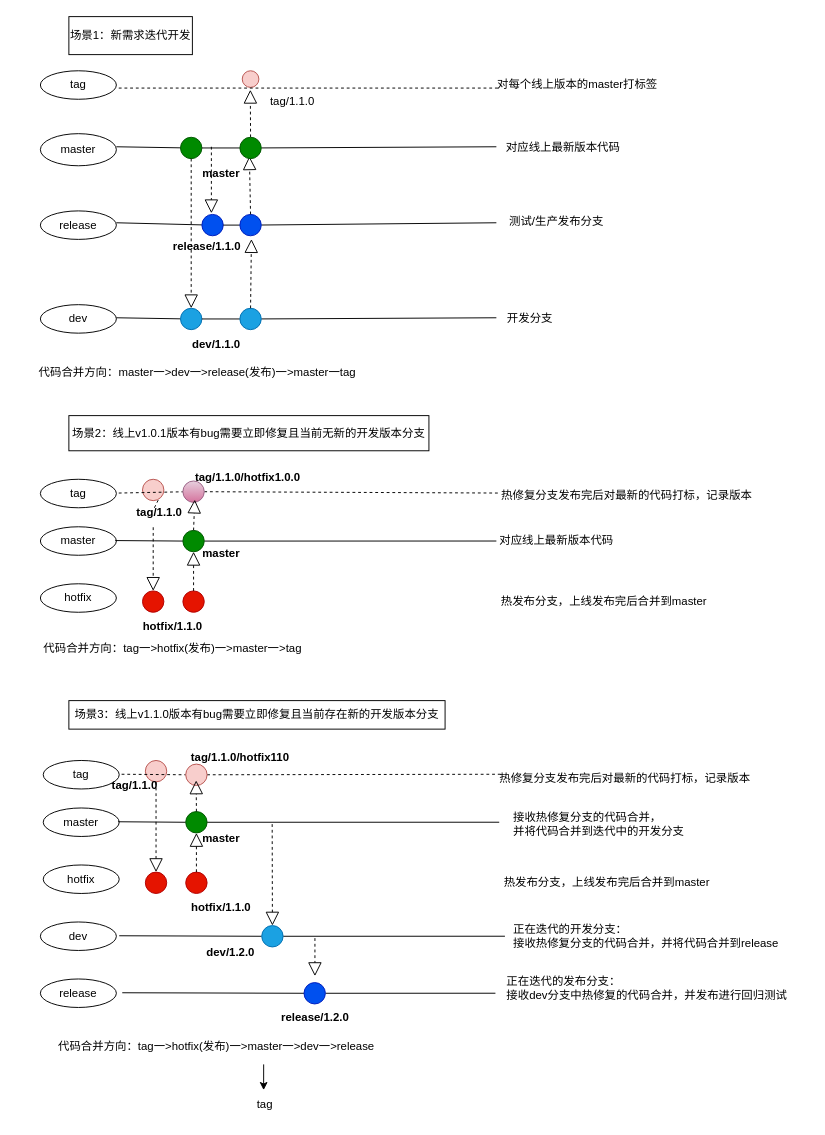
Above: 分支管理图谱/git代码分支管理方案图谱.drawio in fenghao13/drawFile (draw.io), before the change. Source tidied: cells renumbered, new cells numbered last; positions are measured from the earlier drawing's top-left corner, leaving out a move shared by most shapes. Both pictures are drawn from the tidied source at 95%, with x=0, y=0 at pixel (26, 16).
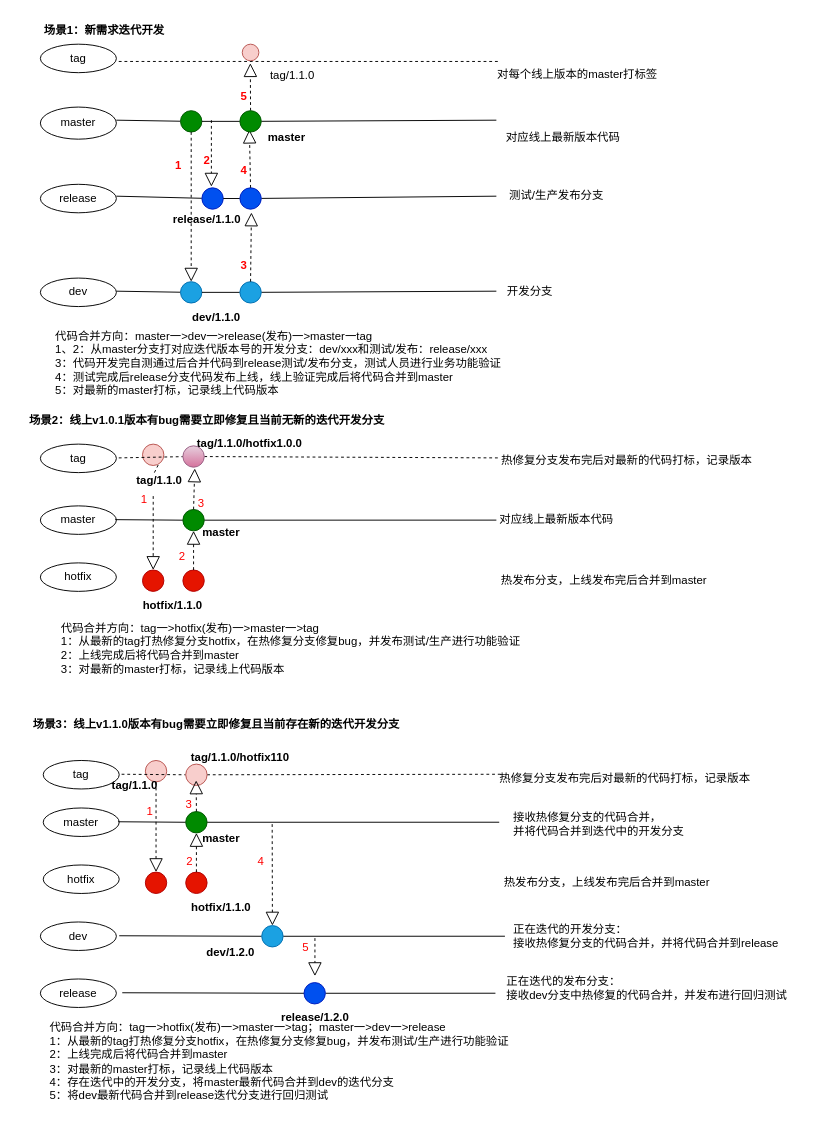
The same page after the edit.

Commit message:
更新git代码分支管理方案图谱.drawio

Change to the diagram source:
```diff
@@
     <mxCell id="2" value="master" style="ellipse;whiteSpace=wrap;html=1;" parent="1" vertex="1">
-      <mxGeometry x="15" y="123.2" width="80" height="33.8" as="geometry" />
+      <mxGeometry x="15" y="95.2" width="80" height="33.8" as="geometry" />
     </mxCell>
     <mxCell id="3" value="tag" style="ellipse;whiteSpace=wrap;html=1;" parent="1" vertex="1">
-      <mxGeometry x="15" y="57" width="80" height="30" as="geometry" />
+      <mxGeometry x="15" y="29" width="80" height="30" as="geometry" />
     </mxCell>
     <mxCell id="4" value="release" style="ellipse;whiteSpace=wrap;html=1;" parent="1" vertex="1">
-      <mxGeometry x="15" y="204.5" width="80" height="30" as="geometry" />
+      <mxGeometry x="15" y="176.5" width="80" height="30" as="geometry" />
     </mxCell>
     <mxCell id="5" style="endArrow=none;html=1;rounded=0;startArrow=none;" parent="1" edge="1" source="32">
       <mxGeometry relative="1" as="geometry">
-        <mxPoint x="495" y="217" as="targetPoint" />
+        <mxPoint x="495" y="189" as="targetPoint" />
       </mxGeometry>
     </mxCell>
     <mxCell id="6" style="endArrow=none;html=1;rounded=0;startArrow=none;" parent="1" edge="1" source="36">
       <mxGeometry relative="1" as="geometry">
-        <mxPoint x="495" y="137" as="targetPoint" />
+        <mxPoint x="495" y="109" as="targetPoint" />
       </mxGeometry>
     </mxCell>
     <mxCell id="7" style="ellipse;whiteSpace=wrap;html=1;fillColor=#e51400;strokeColor=#B20000;fontColor=#ffffff;" parent="1" vertex="1">
-      <mxGeometry x="122.5" y="604.5" width="22.5" height="22.5" as="geometry" />
+      <mxGeometry x="122.5" y="582.5" width="22.5" height="22.5" as="geometry" />
     </mxCell>
     <mxCell id="8" style="ellipse;whiteSpace=wrap;html=1;fillColor=#f8cecc;strokeColor=#b85450;" parent="1" vertex="1">
-      <mxGeometry x="122.5" y="487" width="22.5" height="22.5" as="geometry" />
+      <mxGeometry x="122.5" y="450" width="22.5" height="22.5" as="geometry" />
     </mxCell>
     <mxCell id="9" style="ellipse;whiteSpace=wrap;html=1;fillColor=#f8cecc;strokeColor=#b85450;" parent="1" vertex="1">
-      <mxGeometry x="227.5" y="57" width="17.5" height="17.5" as="geometry" />
+      <mxGeometry x="227.5" y="29" width="17.5" height="17.5" as="geometry" />
     </mxCell>
     <mxCell id="10" style="endArrow=none;html=1;rounded=0;" parent="1" edge="1" target="11">
       <mxGeometry relative="1" as="geometry">
-        <mxPoint x="95" y="137" as="sourcePoint" />
+        <mxPoint x="95" y="109" as="sourcePoint" />
       </mxGeometry>
     </mxCell>
     <mxCell id="11" style="ellipse;whiteSpace=wrap;html=1;fillColor=#008a00;strokeColor=#005700;fontColor=#ffffff;" parent="1" vertex="1">
-      <mxGeometry x="162.5" y="127" width="22.5" height="22.5" as="geometry" />
+      <mxGeometry x="162.5" y="99" width="22.5" height="22.5" as="geometry" />
     </mxCell>
     <mxCell id="12" value="dev" style="ellipse;whiteSpace=wrap;html=1;" parent="1" vertex="1">
-      <mxGeometry x="15" y="303.2" width="80" height="30" as="geometry" />
+      <mxGeometry x="15" y="275.2" width="80" height="30" as="geometry" />
     </mxCell>
     <mxCell id="13" style="endArrow=none;html=1;rounded=0;startArrow=none;" parent="1" edge="1" source="21">
       <mxGeometry relative="1" as="geometry">
-        <mxPoint x="495" y="317" as="targetPoint" />
+        <mxPoint x="495" y="289" as="targetPoint" />
       </mxGeometry>
     </mxCell>
-    <mxCell id="14" value="场景1：新需求迭代开发" style="rounded=0;whiteSpace=wrap;html=1;" parent="1" vertex="1">
-      <mxGeometry x="45" width="130" height="40" as="geometry" />
-    </mxCell>
     <mxCell id="15" style="endArrow=none;html=1;rounded=0;" parent="1" edge="1" target="16">
       <mxGeometry relative="1" as="geometry">
-        <mxPoint x="95" y="317" as="sourcePoint" />
+        <mxPoint x="95" y="289" as="sourcePoint" />
       </mxGeometry>
     </mxCell>
     <mxCell id="16" style="ellipse;whiteSpace=wrap;html=1;fillColor=#1ba1e2;strokeColor=#006EAF;fontColor=#ffffff;" parent="1" vertex="1">
-      <mxGeometry x="162.5" y="307" width="22.5" height="22.5" as="geometry" />
+      <mxGeometry x="162.5" y="279" width="22.5" height="22.5" as="geometry" />
     </mxCell>
@@
     <mxCell id="18" value="release/1.1.0" style="text;html=1;align=center;verticalAlign=middle;points=[];strokeColor=none;fillColor=none;fontStyle=1;" parent="1" vertex="1">
-      <mxGeometry x="145" y="227" width="90" height="30" as="geometry" />
+      <mxGeometry x="145" y="199" width="90" height="30" as="geometry" />
     </mxCell>
     <mxCell id="19" value="dev/1.1.0" style="text;html=1;align=center;verticalAlign=middle;strokeColor=none;fillColor=none;fontStyle=1;" parent="1" vertex="1">
-      <mxGeometry x="165" y="329.5" width="70" height="30" as="geometry" />
+      <mxGeometry x="165" y="301.5" width="70" height="30" as="geometry" />
     </mxCell>
@@
     <mxCell id="21" style="ellipse;whiteSpace=wrap;html=1;fillColor=#1ba1e2;strokeColor=#006EAF;fontColor=#ffffff;" parent="1" vertex="1">
-      <mxGeometry x="225" y="307" width="22.5" height="22.5" as="geometry" />
+      <mxGeometry x="225" y="279" width="22.5" height="22.5" as="geometry" />
     </mxCell>
     <mxCell id="22" value="测试/生产发布分支" style="text;html=1;align=center;verticalAlign=middle;strokeColor=none;fillColor=none;" parent="1" vertex="1">
-      <mxGeometry x="497.5" y="200.8" width="120" height="30" as="geometry" />
+      <mxGeometry x="497.5" y="172.8" width="120" height="30" as="geometry" />
     </mxCell>
     <mxCell id="23" value="开发分支" style="text;html=1;align=center;verticalAlign=middle;strokeColor=none;fillColor=none;" parent="1" vertex="1">
-      <mxGeometry x="495" y="303.2" width="70" height="30" as="geometry" />
+      <mxGeometry x="495" y="275.2" width="70" height="30" as="geometry" />
     </mxCell>
     <mxCell id="24" value="对应线上最新版本代码" style="text;html=1;align=center;verticalAlign=middle;strokeColor=none;fillColor=none;" parent="1" vertex="1">
-      <mxGeometry x="495" y="123.2" width="140" height="30" as="geometry" />
+      <mxGeometry x="495" y="112.2" width="140" height="30" as="geometry" />
     </mxCell>
     <mxCell id="25" style="endArrow=none;dashed=1;html=1;rounded=0;" parent="1" edge="1">
       <mxGeometry relative="1" as="geometry">
-        <mxPoint x="97.5" y="75.2" as="sourcePoint" />
-        <mxPoint x="497.5" y="75.2" as="targetPoint" />
+        <mxPoint x="97.5" y="47.2" as="sourcePoint" />
+        <mxPoint x="497.5" y="47.2" as="targetPoint" />
       </mxGeometry>
     </mxCell>
     <mxCell id="26" style="endArrow=block;dashed=1;endFill=0;endSize=12;html=1;rounded=0;exitX=0.5;exitY=0;exitDx=0;exitDy=0;" parent="1" edge="1" source="36">
       <mxGeometry relative="1" as="geometry">
-        <mxPoint x="236" y="77" as="targetPoint" />
+        <mxPoint x="236" y="49" as="targetPoint" />
       </mxGeometry>
     </mxCell>
     <mxCell id="27" value="对每个线上版本的master打标签" style="text;html=1;align=center;verticalAlign=middle;strokeColor=none;fillColor=none;" parent="1" vertex="1">
-      <mxGeometry x="485" y="57" width="190" height="30" as="geometry" />
+      <mxGeometry x="485" y="46" width="190" height="30" as="geometry" />
     </mxCell>
     <mxCell id="28" style="endArrow=block;dashed=1;endFill=0;endSize=12;html=1;rounded=0;" parent="1" edge="1">
       <mxGeometry relative="1" as="geometry">
-        <mxPoint x="195" y="137" as="sourcePoint" />
-        <mxPoint x="195" y="207" as="targetPoint" />
+        <mxPoint x="195" y="109" as="sourcePoint" />
+        <mxPoint x="195" y="179" as="targetPoint" />
       </mxGeometry>
     </mxCell>
     <mxCell id="29" style="endArrow=none;html=1;rounded=0;startArrow=none;" parent="1" edge="1" target="30">
       <mxGeometry relative="1" as="geometry">
-        <mxPoint x="95" y="217" as="sourcePoint" />
+        <mxPoint x="95" y="189" as="sourcePoint" />
       </mxGeometry>
     </mxCell>
     <mxCell id="30" style="ellipse;whiteSpace=wrap;html=1;fillColor=#0050ef;strokeColor=#001DBC;fontColor=#ffffff;" parent="1" vertex="1">
-      <mxGeometry x="185" y="208.2" width="22.5" height="22.5" as="geometry" />
+      <mxGeometry x="185" y="180.2" width="22.5" height="22.5" as="geometry" />
     </mxCell>
@@
     <mxCell id="32" style="ellipse;whiteSpace=wrap;html=1;fillColor=#0050ef;strokeColor=#001DBC;fontColor=#ffffff;" parent="1" vertex="1">
-      <mxGeometry x="225" y="208.2" width="22.5" height="22.5" as="geometry" />
+      <mxGeometry x="225" y="180.2" width="22.5" height="22.5" as="geometry" />
     </mxCell>
@@
     <mxCell id="34" style="endArrow=block;dashed=1;endFill=0;endSize=12;html=1;rounded=0;exitX=0.5;exitY=0;exitDx=0;exitDy=0;" parent="1" edge="1" source="32">
       <mxGeometry relative="1" as="geometry">
-        <mxPoint x="235" y="147" as="targetPoint" />
+        <mxPoint x="235" y="119" as="targetPoint" />
       </mxGeometry>
     </mxCell>
@@
     <mxCell id="36" style="ellipse;whiteSpace=wrap;html=1;fillColor=#008a00;strokeColor=#005700;fontColor=#ffffff;" parent="1" vertex="1">
-      <mxGeometry x="225" y="127" width="22.5" height="22.5" as="geometry" />
+      <mxGeometry x="225" y="99" width="22.5" height="22.5" as="geometry" />
     </mxCell>
     <mxCell id="37" value="&lt;b&gt;master&lt;/b&gt;" style="text;html=1;align=center;verticalAlign=middle;strokeColor=none;fillColor=none;" parent="1" vertex="1">
-      <mxGeometry x="175" y="149.5" width="60" height="30" as="geometry" />
+      <mxGeometry x="244" y="112" width="60" height="30" as="geometry" />
     </mxCell>
     <mxCell id="38" value="tag/1.1.0" style="text;html=1;align=center;verticalAlign=middle;strokeColor=none;fillColor=none;" parent="1" vertex="1">
-      <mxGeometry x="245" y="74.5" width="70" height="30" as="geometry" />
+      <mxGeometry x="245" y="46.5" width="70" height="30" as="geometry" />
     </mxCell>
-    <mxCell id="39" value="场景2：线上v1.0.1版本有bug需要立即修复且当前无新的开发版本分支" style="whiteSpace=wrap;html=1;" parent="1" vertex="1">
-      <mxGeometry x="45" y="420" width="379" height="37" as="geometry" />
-    </mxCell>
     <mxCell id="40" value="tag" style="ellipse;whiteSpace=wrap;html=1;" parent="1" vertex="1">
-      <mxGeometry x="15" y="487" width="80" height="30" as="geometry" />
+      <mxGeometry x="15" y="450" width="80" height="30" as="geometry" />
     </mxCell>
     <mxCell id="41" style="endArrow=none;dashed=1;html=1;rounded=0;startArrow=none;" parent="1" edge="1" source="56">
       <mxGeometry relative="1" as="geometry">
-        <mxPoint x="497.5" y="501.5" as="targetPoint" />
+        <mxPoint x="497.5" y="464.5" as="targetPoint" />
       </mxGeometry>
     </mxCell>
     <mxCell id="42" value="master" style="ellipse;whiteSpace=wrap;html=1;" parent="1" vertex="1">
-      <mxGeometry x="15" y="537" width="80" height="30" as="geometry" />
+      <mxGeometry x="15" y="515" width="80" height="30" as="geometry" />
     </mxCell>
     <mxCell id="43" style="endArrow=none;html=1;rounded=0;startArrow=none;" parent="1" edge="1" source="46">
       <mxGeometry relative="1" as="geometry">
-        <mxPoint x="495" y="552" as="targetPoint" />
+        <mxPoint x="495" y="530" as="targetPoint" />
       </mxGeometry>
     </mxCell>
     <mxCell id="44" value="hotfix" style="ellipse;whiteSpace=wrap;html=1;" parent="1" vertex="1">
-      <mxGeometry x="15" y="597" width="80" height="30" as="geometry" />
+      <mxGeometry x="15" y="575" width="80" height="30" as="geometry" />
     </mxCell>
     <mxCell id="45" style="endArrow=none;html=1;rounded=0;" parent="1" edge="1" target="46">
       <mxGeometry relative="1" as="geometry">
-        <mxPoint x="93.8" y="551.5" as="sourcePoint" />
+        <mxPoint x="93.8" y="529.5" as="sourcePoint" />
       </mxGeometry>
     </mxCell>
     <mxCell id="46" style="ellipse;whiteSpace=wrap;html=1;fillColor=#008a00;strokeColor=#005700;fontColor=#ffffff;" parent="1" vertex="1">
-      <mxGeometry x="165" y="540.8" width="22.5" height="22.5" as="geometry" />
+      <mxGeometry x="165" y="518.8" width="22.5" height="22.5" as="geometry" />
     </mxCell>
@@
-    <mxCell id="48" style="endArrow=none;dashed=1;endFill=0;endSize=12;html=1;rounded=0;entryX=0.5;entryY=0;entryDx=0;entryDy=0;" parent="1" edge="1" target="49">
+    <mxCell id="48" style="endArrow=none;dashed=1;endFill=0;endSize=12;html=1;rounded=0;entryX=0.5;entryY=0;entryDx=0;entryDy=0;" parent="1" edge="1">
       <mxGeometry relative="1" as="geometry">
-        <mxPoint x="135" y="517" as="sourcePoint" />
+        <mxPoint x="135" y="480" as="sourcePoint" />
+        <mxPoint x="140" y="470" as="targetPoint" />
       </mxGeometry>
     </mxCell>
     <mxCell id="49" value="tag/1.1.0" style="text;html=1;align=center;verticalAlign=middle;points=[];strokeColor=none;fillColor=none;fontStyle=1;" parent="1" vertex="1">
-      <mxGeometry x="105" y="507" width="70" height="30" as="geometry" />
+      <mxGeometry x="105" y="474.2" width="70" height="30" as="geometry" />
     </mxCell>
     <mxCell id="50" value="对应线上最新版本代码" style="text;html=1;align=center;verticalAlign=middle;strokeColor=none;fillColor=none;" parent="1" vertex="1">
-      <mxGeometry x="487.5" y="537" width="140" height="30" as="geometry" />
+      <mxGeometry x="487.5" y="515" width="140" height="30" as="geometry" />
     </mxCell>
-    <mxCell id="51" value="代码合并方向：master一&amp;gt;dev一&amp;gt;release(发布)一&amp;gt;master一tag" style="text;html=1;align=center;verticalAlign=middle;strokeColor=none;fillColor=none;" parent="1" vertex="1">
-      <mxGeometry y="359.5" width="360" height="30" as="geometry" />
+    <mxCell id="51" value="代码合并方向：master一&amp;gt;dev一&amp;gt;release(发布)一&amp;gt;master一tag&lt;br&gt;1、2：从master分支打对应迭代版本号的开发分支：dev/xxx和测试/发布：release/xxx&lt;br&gt;3：代码开发完自测通过后合并代码到release测试/发布分支，测试人员进行业务功能验证&lt;br&gt;4：测试完成后release分支代码发布上线，线上验证完成后将代码合并到master&lt;br&gt;&lt;div style=&quot;&quot;&gt;&lt;span style=&quot;background-color: initial;&quot;&gt;5：对最新的master打标，记录线上代码版本&lt;/span&gt;&lt;/div&gt;" style="text;html=1;align=left;verticalAlign=middle;strokeColor=none;fillColor=none;" parent="1" vertex="1">
+      <mxGeometry x="29" y="320" width="490" height="90" as="geometry" />
     </mxCell>
     <mxCell id="52" value="热发布分支，上线发布完后合并到master" style="text;html=1;align=center;verticalAlign=middle;strokeColor=none;fillColor=none;" parent="1" vertex="1">
-      <mxGeometry x="487.5" y="600.8" width="240" height="30" as="geometry" />
+      <mxGeometry x="487.5" y="578.8" width="240" height="30" as="geometry" />
     </mxCell>
     <mxCell id="53" style="ellipse;whiteSpace=wrap;html=1;fillColor=#e51400;strokeColor=#B20000;fontColor=#ffffff;" parent="1" vertex="1">
-      <mxGeometry x="165" y="604.5" width="22.5" height="22.5" as="geometry" />
+      <mxGeometry x="165" y="582.5" width="22.5" height="22.5" as="geometry" />
     </mxCell>
@@
     <mxCell id="55" style="endArrow=none;dashed=1;html=1;rounded=0;" parent="1" edge="1" target="56">
       <mxGeometry relative="1" as="geometry">
-        <mxPoint x="97.5" y="501.5" as="sourcePoint" />
+        <mxPoint x="97.5" y="464.5" as="sourcePoint" />
       </mxGeometry>
     </mxCell>
     <mxCell id="56" style="ellipse;whiteSpace=wrap;html=1;fillColor=#e6d0de;strokeColor=#996185;gradientColor=#d5739d;" parent="1" vertex="1">
-      <mxGeometry x="165" y="488.8" width="22.5" height="22.5" as="geometry" />
+      <mxGeometry x="165" y="451.8" width="22.5" height="22.5" as="geometry" />
     </mxCell>
@@
     <mxCell id="58" value="tag/1.1.0/hotfix1.0.0" style="text;html=1;align=center;verticalAlign=middle;strokeColor=none;fillColor=none;fontStyle=1;" parent="1" vertex="1">
-      <mxGeometry x="168" y="470" width="130" height="30" as="geometry" />
+      <mxGeometry x="169.5" y="435" width="130" height="30" as="geometry" />
     </mxCell>
     <mxCell id="59" value="热修复分支发布完后对最新的代码打标，记录版本" style="text;html=1;align=center;verticalAlign=middle;strokeColor=none;fillColor=none;" parent="1" vertex="1">
-      <mxGeometry x="486.5" y="488.8" width="290" height="30" as="geometry" />
+      <mxGeometry x="486.5" y="451.8" width="290" height="30" as="geometry" />
     </mxCell>
     <mxCell id="60" value="hotfix/1.1.0" style="text;html=1;align=center;verticalAlign=middle;strokeColor=none;fillColor=none;fontStyle=1;" parent="1" vertex="1">
-      <mxGeometry x="109" y="627" width="90" height="30" as="geometry" />
+      <mxGeometry x="109" y="605" width="90" height="30" as="geometry" />
     </mxCell>
@@
-    <mxCell id="63" value="场景3：线上v1.1.0版本有bug需要立即修复且当前存在新的开发版本分支" style="whiteSpace=wrap;html=1;" parent="1" vertex="1">
-      <mxGeometry x="45" y="720" width="396" height="30" as="geometry" />
-    </mxCell>
@@
-    <mxCell id="82" value="代码合并方向：tag一&amp;gt;hotfix(发布)一&amp;gt;master一&amp;gt;tag" style="text;html=1;align=center;verticalAlign=middle;strokeColor=none;fillColor=none;" parent="1" vertex="1">
-      <mxGeometry x="4" y="650" width="300" height="30" as="geometry" />
+    <mxCell id="82" value="代码合并方向：tag一&amp;gt;hotfix(发布)一&amp;gt;master一&amp;gt;tag&lt;br&gt;1：从最新的tag打热修复分支hotfix，在热修复分支修复bug，并发布测试/生产进行功能验证&lt;br&gt;2：上线完成后将代码合并到master&lt;br&gt;3：对最新的master打标，记录线上代码版本" style="text;html=1;align=left;verticalAlign=middle;strokeColor=none;fillColor=none;" parent="1" vertex="1">
+      <mxGeometry x="35" y="630" width="510" height="70" as="geometry" />
     </mxCell>
@@
-    <mxCell id="98" value="代码合并方向：tag一&amp;gt;hotfix(发布)一&amp;gt;master一&amp;gt;dev一&amp;gt;release" style="text;html=1;align=center;verticalAlign=middle;points=[];strokeColor=none;fillColor=none;" parent="1" vertex="1">
-      <mxGeometry x="20" y="1069.2" width="360" height="30" as="geometry" />
+    <mxCell id="98" value="代码合并方向：tag一&amp;gt;hotfix(发布)一&amp;gt;master一&amp;gt;tag；master一&amp;gt;dev一&amp;gt;release&lt;br&gt;1：从最新的tag打热修复分支hotfix，在热修复分支修复bug，并发布测试/生产进行功能验证&lt;br style=&quot;border-color: var(--border-color);&quot;&gt;2：上线完成后将代码合并到master&lt;br style=&quot;border-color: var(--border-color);&quot;&gt;3：对最新的master打标，记录线上代码版本&lt;br&gt;&lt;span style=&quot;&quot;&gt;4：存在迭代中的开发分支，将master最新代码合并到dev的迭代分支&lt;br&gt;5：将dev最新代码合并到release迭代分支进行回归测试&lt;br&gt;&lt;/span&gt;" style="text;html=1;align=left;verticalAlign=middle;points=[];strokeColor=none;fillColor=none;" parent="1" vertex="1">
+      <mxGeometry x="23" y="1050" width="510" height="100" as="geometry" />
     </mxCell>
-    <mxCell id="99" style="edgeStyle=orthogonalEdgeStyle;rounded=0;jettySize=auto;html=1;exitX=0.639;exitY=1.124;exitDx=0;exitDy=0;exitPerimeter=0;" parent="1" edge="1" source="98">
-      <mxGeometry relative="1" as="geometry">
-        <mxPoint x="250" y="1130" as="targetPoint" />
-      </mxGeometry>
-    </mxCell>
-    <mxCell id="100" value="tag" style="text;html=1;align=center;verticalAlign=middle;strokeColor=none;fillColor=none;" parent="1" vertex="1">
-      <mxGeometry x="230.5" y="1130" width="40" height="30" as="geometry" />
-    </mxCell>
@@
     <mxCell id="102" value="master" style="text;html=1;align=center;verticalAlign=middle;strokeColor=none;fillColor=none;fontStyle=1;" parent="1" vertex="1">
-      <mxGeometry x="175" y="550" width="60" height="30" as="geometry" />
+      <mxGeometry x="175" y="528" width="60" height="30" as="geometry" />
     </mxCell>
+    <mxCell id="103" value="&lt;b&gt;1&lt;/b&gt;" style="text;html=1;align=center;verticalAlign=middle;strokeColor=none;fillColor=none;labelBorderColor=none;fontColor=#FF0000;" parent="1" vertex="1">
+      <mxGeometry x="145" y="142" width="30" height="30" as="geometry" />
+    </mxCell>
+    <mxCell id="104" value="2" style="text;html=1;align=center;verticalAlign=middle;strokeColor=none;fillColor=none;fontStyle=1;fontColor=#FF0000;" parent="1" vertex="1">
+      <mxGeometry x="175" y="137" width="30" height="30" as="geometry" />
+    </mxCell>
+    <mxCell id="105" value="3" style="text;html=1;align=center;verticalAlign=middle;strokeColor=none;fillColor=none;fontStyle=1;fontColor=#FF0000;" parent="1" vertex="1">
+      <mxGeometry x="214" y="247" width="30" height="30" as="geometry" />
+    </mxCell>
+    <mxCell id="106" value="4" style="text;html=1;align=center;verticalAlign=middle;strokeColor=none;fillColor=none;fontStyle=1;fontColor=#FF0000;" parent="1" vertex="1">
+      <mxGeometry x="214" y="146.5" width="30" height="30" as="geometry" />
+    </mxCell>
+    <mxCell id="107" value="5" style="text;html=1;align=center;verticalAlign=middle;strokeColor=none;fillColor=none;fontStyle=1;fontColor=#FF0000;" parent="1" vertex="1">
+      <mxGeometry x="214" y="69" width="30" height="30" as="geometry" />
+    </mxCell>
+    <mxCell id="108" value="1" style="text;html=1;align=center;verticalAlign=middle;strokeColor=none;fillColor=none;fontColor=#FF0000;" parent="1" vertex="1">
+      <mxGeometry x="109" y="493" width="30" height="30" as="geometry" />
+    </mxCell>
+    <mxCell id="109" value="2" style="text;html=1;align=center;verticalAlign=middle;strokeColor=none;fillColor=none;fontColor=#FF0000;" parent="1" vertex="1">
+      <mxGeometry x="149" y="553" width="30" height="30" as="geometry" />
+    </mxCell>
+    <mxCell id="110" value="3" style="text;html=1;align=center;verticalAlign=middle;strokeColor=none;fillColor=none;fontColor=#FF0000;labelBorderColor=none;" parent="1" vertex="1">
+      <mxGeometry x="169" y="498" width="30" height="30" as="geometry" />
+    </mxCell>
+    <mxCell id="111" value="1" style="text;html=1;align=center;verticalAlign=middle;strokeColor=none;fillColor=none;fontColor=#FF0000;labelBorderColor=none;" parent="1" vertex="1">
+      <mxGeometry x="115" y="822" width="30" height="30" as="geometry" />
+    </mxCell>
+    <mxCell id="112" value="2" style="text;html=1;align=center;verticalAlign=middle;strokeColor=none;fillColor=none;fontColor=#FF0000;" parent="1" vertex="1">
+      <mxGeometry x="157" y="875" width="30" height="30" as="geometry" />
+    </mxCell>
+    <mxCell id="113" value="3" style="text;html=1;align=center;verticalAlign=middle;strokeColor=none;fillColor=none;fontColor=#FF0000;" parent="1" vertex="1">
+      <mxGeometry x="156" y="815" width="30" height="30" as="geometry" />
+    </mxCell>
+    <mxCell id="114" value="4" style="text;html=1;align=center;verticalAlign=middle;strokeColor=none;fillColor=none;fontColor=#FF0000;" parent="1" vertex="1">
+      <mxGeometry x="232" y="875" width="30" height="30" as="geometry" />
+    </mxCell>
+    <mxCell id="115" value="5" style="text;html=1;align=center;verticalAlign=middle;strokeColor=none;fillColor=none;fontColor=#FF0000;" parent="1" vertex="1">
+      <mxGeometry x="279" y="965" width="30" height="30" as="geometry" />
+    </mxCell>
+    <mxCell id="14" value="&lt;span style=&quot;color: rgb(0, 0, 0); font-weight: 700;&quot;&gt;场景1：新需求迭代开发&lt;/span&gt;" style="text;html=1;align=center;verticalAlign=middle;strokeColor=none;fillColor=none;fontColor=#FF0000;" parent="1" vertex="1">
+      <mxGeometry x="7" width="150" height="30" as="geometry" />
+    </mxCell>
+    <mxCell id="116" value="&lt;span style=&quot;color: rgb(0, 0, 0);&quot;&gt;场景2：线上v1.0.1版本有bug需要立即修复且当前无新的迭代开发分支&lt;/span&gt;" style="text;html=1;align=center;verticalAlign=middle;strokeColor=none;fillColor=none;fontColor=#FF0000;fontStyle=1;" parent="1" vertex="1">
+      <mxGeometry x="-10" y="410" width="400" height="30" as="geometry" />
+    </mxCell>
+    <mxCell id="117" value="&lt;span style=&quot;color: rgb(0, 0, 0);&quot;&gt;场景3：线上v1.1.0版本有bug需要立即修复且当前存在新的迭代开发分支&lt;/span&gt;" style="text;html=1;align=center;verticalAlign=middle;strokeColor=none;fillColor=none;fontColor=#FF0000;fontStyle=1;" parent="1" vertex="1">
+      <mxGeometry x="-5" y="730" width="410" height="30" as="geometry" />
+    </mxCell>
```
